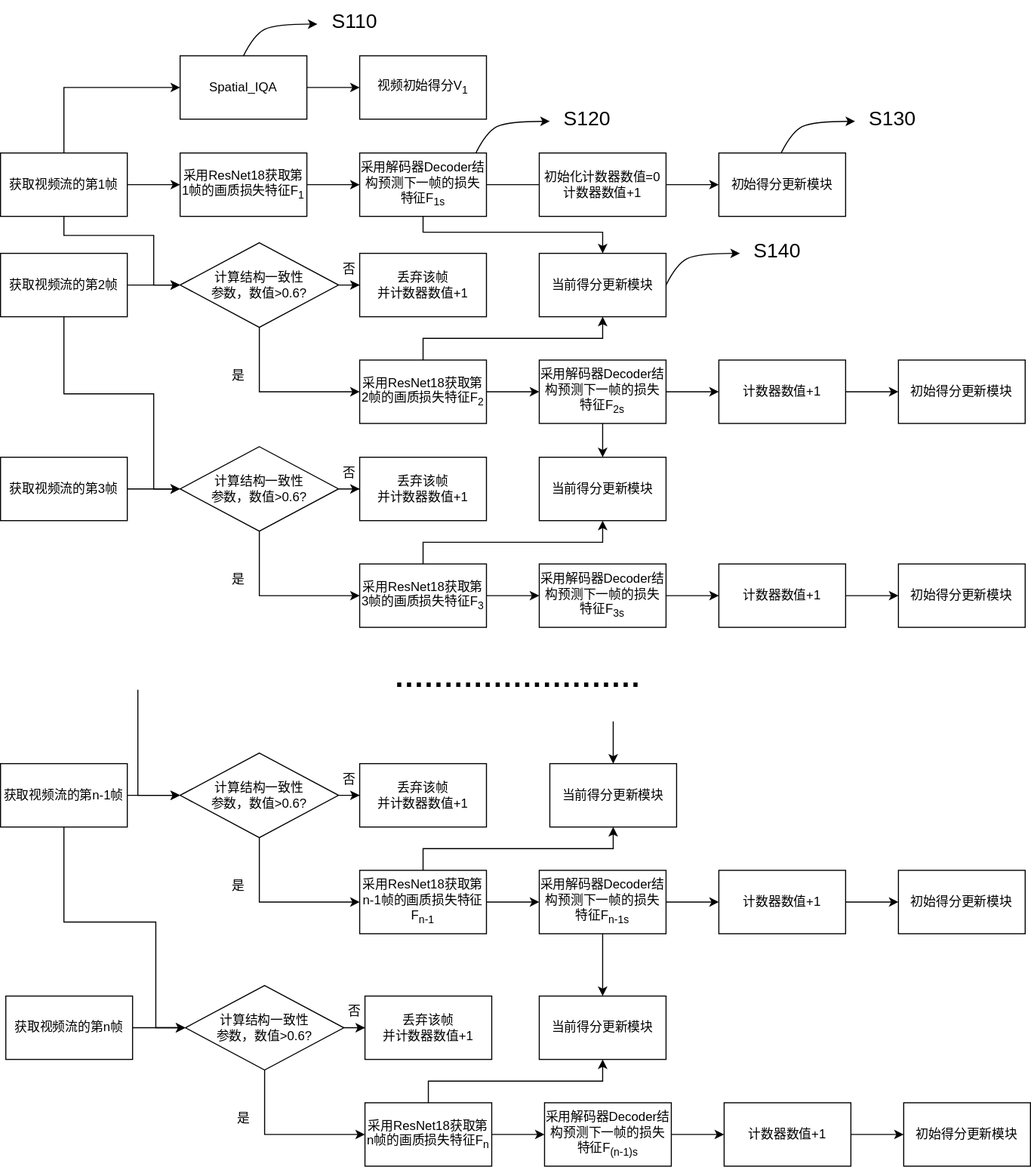
The draw.io diagram stream_video_quality_assessment_flowchart.drawio.svg in hrf666666/FlowCharts, before a commit. Source tidied: cells renumbered, new cells last; positions are measured from the earlier drawing's top-left corner, leaving out a move shared by most shapes.
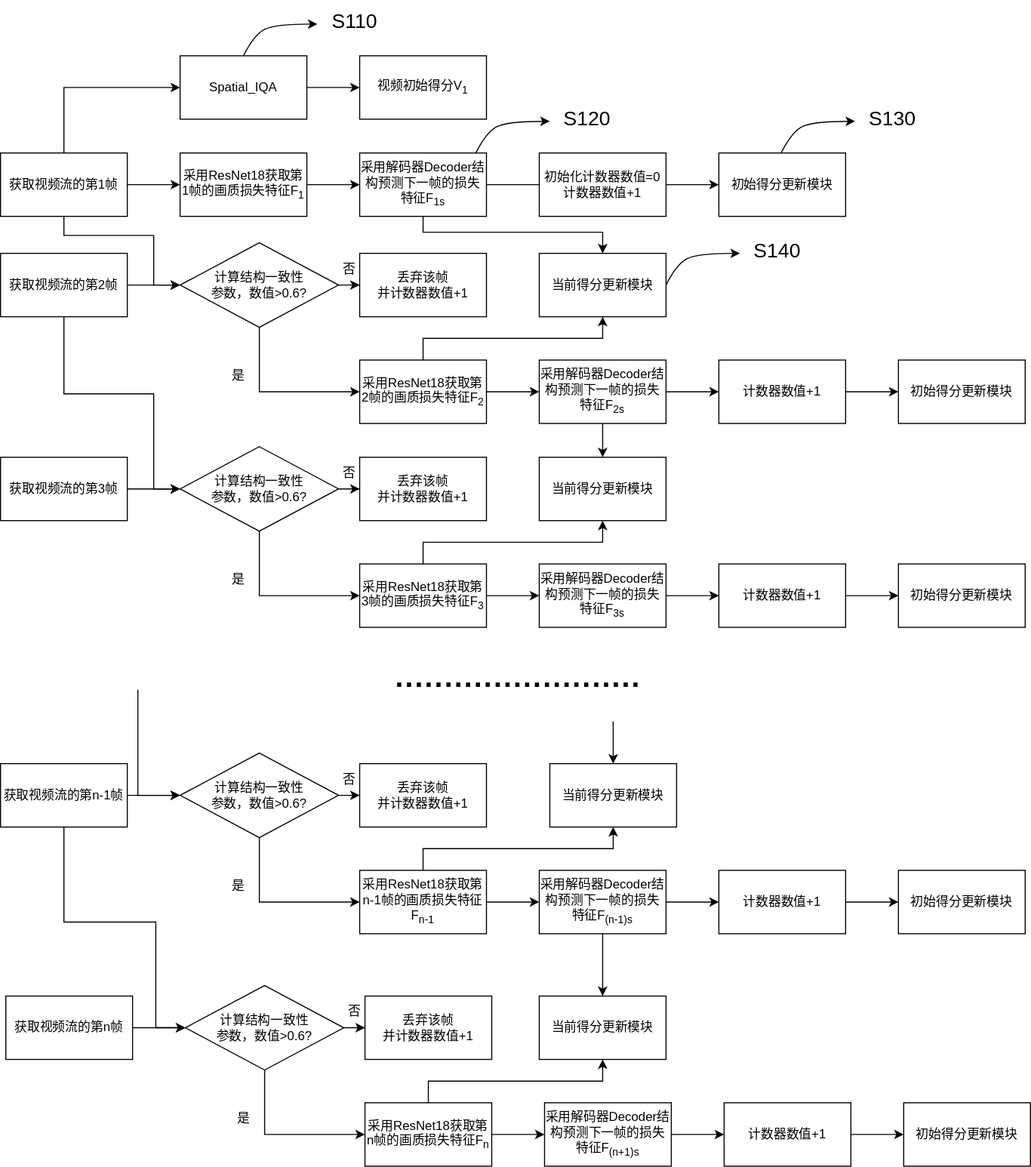
After the commit.

What changed in the source:
```diff
@@ -210,7 +210,7 @@
     <mxCell id="60" style="edgeStyle=orthogonalEdgeStyle;rounded=0;jettySize=auto;html=1;" parent="1" edge="1" source="61" target="89">
       <mxGeometry relative="1" as="geometry" />
     </mxCell>
-    <mxCell id="61" value="采用解码器Decoder结构预测下一帧的损失特征F&lt;sub&gt;n-1s&lt;/sub&gt;" style="rounded=0;whiteSpace=wrap;html=1;" parent="1" vertex="1">
+    <mxCell id="61" value="采用解码器Decoder结构预测下一帧的损失特征F&lt;sub&gt;(n-1)s&lt;/sub&gt;" style="rounded=0;whiteSpace=wrap;html=1;" parent="1" vertex="1">
       <mxGeometry x="510" y="823" width="120" height="60" as="geometry" />
     </mxCell>
     <mxCell id="62" style="edgeStyle=orthogonalEdgeStyle;rounded=0;jettySize=auto;html=1;" parent="1" edge="1" source="63" target="70">
@@ -266,7 +266,7 @@
     <mxCell id="78" style="edgeStyle=orthogonalEdgeStyle;rounded=0;jettySize=auto;html=1;entryX=0;entryY=0.5;entryDx=0;entryDy=0;" parent="1" edge="1" source="79" target="81">
       <mxGeometry relative="1" as="geometry" />
     </mxCell>
-    <mxCell id="79" value="采用解码器Decoder结构预测下一帧的损失特征F&lt;sub&gt;(n-1)s&lt;/sub&gt;" style="rounded=0;whiteSpace=wrap;html=1;" parent="1" vertex="1">
+    <mxCell id="79" value="采用解码器Decoder结构预测下一帧的损失特征F&lt;sub&gt;(n+1)s&lt;/sub&gt;" style="rounded=0;whiteSpace=wrap;html=1;" parent="1" vertex="1">
       <mxGeometry x="515" y="1043" width="120" height="60" as="geometry" />
     </mxCell>
     <mxCell id="80" style="edgeStyle=orthogonalEdgeStyle;rounded=0;jettySize=auto;html=1;" parent="1" edge="1" source="81" target="88">
```
